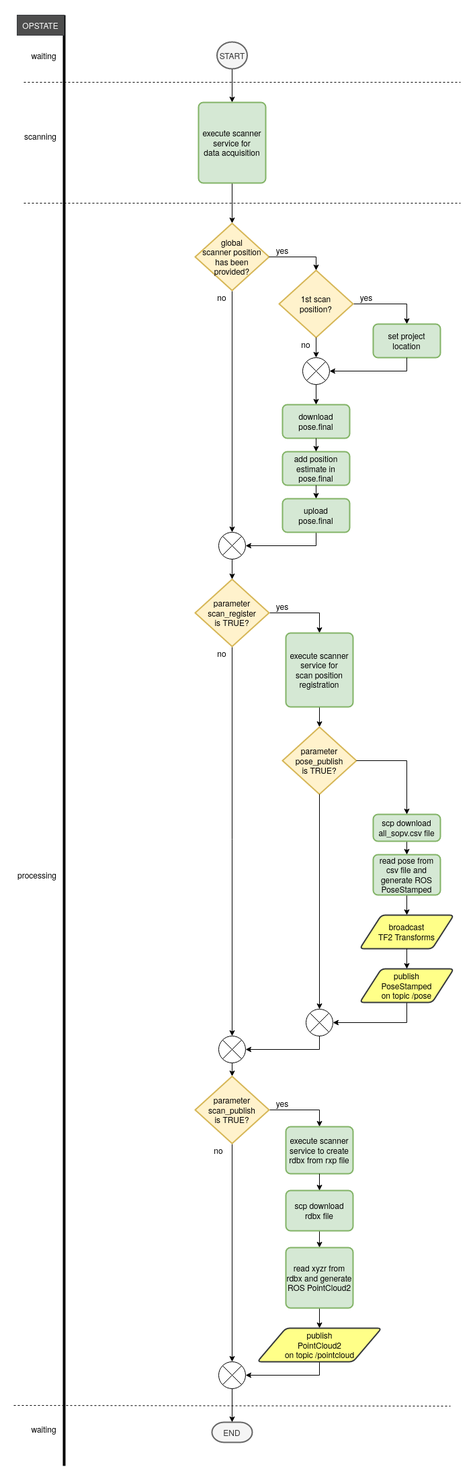
Above: riegl_vz/img/scan.png in riegllms/ros-riegl-vz (draw.io), before the change. Source tidied: cells renumbered, new cells last; positions are measured from the earlier drawing's top-left corner, leaving out a move shared by most shapes.
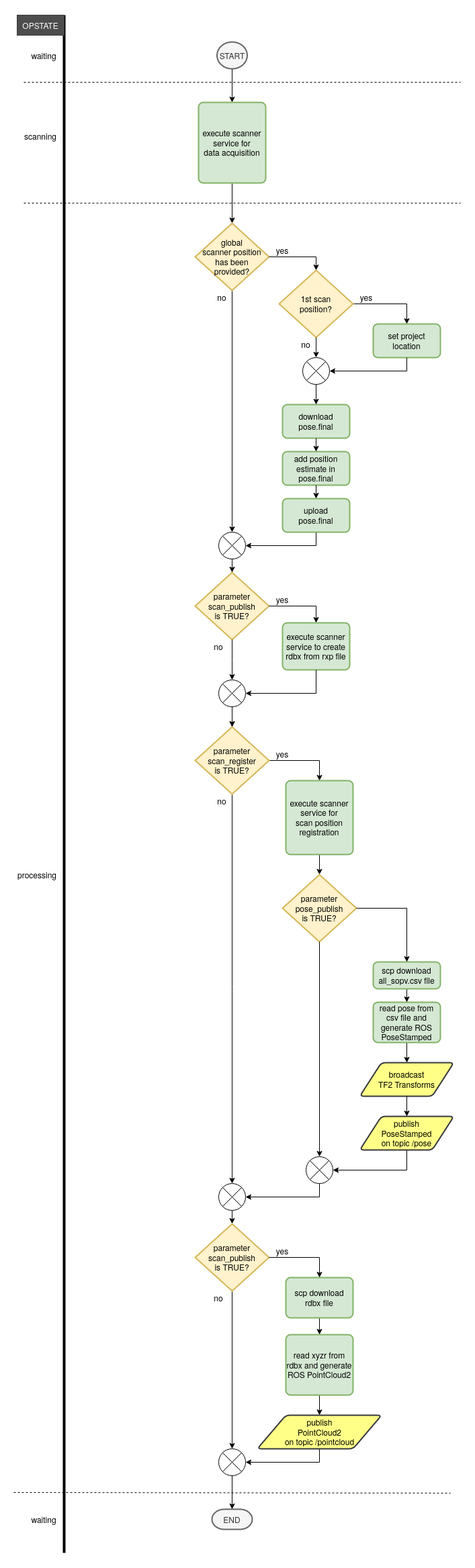
Later version of the same file.

Change to the diagram source:
```diff
@@ -13,7 +13,7 @@
     </mxCell>
     <mxCell id="5" style="endArrow=none;html=1;strokeWidth=4;entryX=1;entryY=0;entryDx=0;entryDy=0;" parent="1" edge="1" target="28">
       <mxGeometry relative="1" as="geometry">
-        <mxPoint x="75" y="2160" as="sourcePoint" />
+        <mxPoint x="75" y="2290" as="sourcePoint" />
       </mxGeometry>
     </mxCell>
     <mxCell id="6" value="waiting" style="text;html=1;strokeColor=none;fillColor=none;align=center;verticalAlign=middle;whiteSpace=wrap;rounded=0;" parent="1" vertex="1">
@@ -38,19 +38,19 @@
       <mxGeometry relative="1" as="geometry" />
     </mxCell>
     <mxCell id="12" value="&lt;div&gt;parameter&lt;/div&gt;&lt;div&gt;scan_register&lt;/div&gt;&lt;div&gt;is TRUE?&lt;br&gt;&lt;/div&gt;" style="strokeWidth=2;html=1;shape=mxgraph.flowchart.decision;whiteSpace=wrap;fillColor=#fff2cc;strokeColor=#d6b656;" parent="1" vertex="1">
-      <mxGeometry x="270" y="840" width="110" height="100" as="geometry" />
+      <mxGeometry x="270" y="1060" width="110" height="100" as="geometry" />
     </mxCell>
     <mxCell id="13" style="edgeStyle=orthogonalEdgeStyle;rounded=0;jettySize=auto;html=1;exitX=0.5;exitY=1;exitDx=0;exitDy=0;entryX=0.5;entryY=0;entryDx=0;entryDy=0;entryPerimeter=0;fontStyle=1;" parent="1" edge="1" source="14" target="70">
       <mxGeometry relative="1" as="geometry" />
     </mxCell>
     <mxCell id="14" value="&lt;div&gt;&lt;br&gt;&lt;/div&gt;&lt;div&gt;execute scanner service for &lt;br&gt;&lt;/div&gt;&lt;div&gt;scan position registration&lt;/div&gt;&lt;div&gt;&lt;br&gt;&lt;/div&gt;" style="rounded=1;whiteSpace=wrap;html=1;absoluteArcSize=1;arcSize=14;strokeWidth=2;fillColor=#d5e8d4;strokeColor=#82b366;" parent="1" vertex="1">
-      <mxGeometry x="405" y="920" width="100" height="110" as="geometry" />
+      <mxGeometry x="405" y="1140" width="100" height="110" as="geometry" />
     </mxCell>
     <mxCell id="15" style="edgeStyle=orthogonalEdgeStyle;rounded=0;jettySize=auto;html=1;exitX=0.5;exitY=1;exitDx=0;exitDy=0;entryX=0.5;entryY=0;entryDx=0;entryDy=0;" parent="1" edge="1" source="16" target="27">
       <mxGeometry relative="1" as="geometry" />
     </mxCell>
     <mxCell id="16" value="&lt;div&gt;read pose from &lt;br&gt;&lt;/div&gt;&lt;div&gt;csv file and generate ROS PoseStamped&lt;br&gt;&lt;/div&gt;" style="rounded=1;whiteSpace=wrap;html=1;absoluteArcSize=1;arcSize=14;strokeWidth=2;fillColor=#d5e8d4;strokeColor=#82b366;" parent="1" vertex="1">
-      <mxGeometry x="535" y="1250" width="100" height="60" as="geometry" />
+      <mxGeometry x="535" y="1470" width="100" height="60" as="geometry" />
     </mxCell>
     <mxCell id="17" style="edgeStyle=orthogonalEdgeStyle;rounded=0;jettySize=auto;html=1;exitX=0.5;exitY=1;exitDx=0;exitDy=0;entryX=1;entryY=0.5;entryDx=0;entryDy=0;entryPerimeter=0;startArrow=none;" parent="1" edge="1" source="53" target="73">
       <mxGeometry relative="1" as="geometry" />
@@ -59,25 +59,25 @@
       <mxGeometry relative="1" as="geometry" />
     </mxCell>
     <mxCell id="19" value="&lt;div&gt;scp download &lt;br&gt;&lt;/div&gt;&lt;div&gt;all_sopv.csv file&lt;br&gt;&lt;/div&gt;" style="rounded=1;whiteSpace=wrap;html=1;absoluteArcSize=1;arcSize=14;strokeWidth=2;fillColor=#d5e8d4;strokeColor=#82b366;" parent="1" vertex="1">
-      <mxGeometry x="535" y="1190" width="100" height="40" as="geometry" />
+      <mxGeometry x="535" y="1410" width="100" height="40" as="geometry" />
     </mxCell>
     <mxCell id="20" value="waiting" style="text;html=1;strokeColor=none;fillColor=none;align=center;verticalAlign=middle;whiteSpace=wrap;rounded=0;" parent="1" vertex="1">
-      <mxGeometry x="25" y="2095" width="40" height="20" as="geometry" />
+      <mxGeometry x="25" y="2230" width="40" height="20" as="geometry" />
     </mxCell>
     <mxCell id="21" style="edgeStyle=orthogonalEdgeStyle;rounded=0;jettySize=auto;html=1;exitX=0.5;exitY=1;exitDx=0;exitDy=0;exitPerimeter=0;entryX=0.5;entryY=0;entryDx=0;entryDy=0;entryPerimeter=0;" parent="1" edge="1" source="22" target="59">
       <mxGeometry relative="1" as="geometry" />
     </mxCell>
     <mxCell id="22" style="verticalLabelPosition=bottom;verticalAlign=top;html=1;shape=mxgraph.flowchart.or;" parent="1" vertex="1">
-      <mxGeometry x="305" y="1520" width="40" height="40" as="geometry" />
+      <mxGeometry x="305" y="1740" width="40" height="40" as="geometry" />
     </mxCell>
     <mxCell id="23" style="endArrow=none;dashed=1;html=1;" parent="1" edge="1">
       <mxGeometry relative="1" as="geometry">
-        <mxPoint y="2070" as="sourcePoint" />
-        <mxPoint x="650" y="2071" as="targetPoint" />
+        <mxPoint y="2200" as="sourcePoint" />
+        <mxPoint x="650" y="2201" as="targetPoint" />
       </mxGeometry>
     </mxCell>
     <mxCell id="24" value="END" style="strokeWidth=2;html=1;shape=mxgraph.flowchart.terminator;whiteSpace=wrap;fillColor=#f5f5f5;strokeColor=#666666;fontColor=#333333;" parent="1" vertex="1">
-      <mxGeometry x="295" y="2095" width="60" height="30" as="geometry" />
+      <mxGeometry x="295" y="2225" width="60" height="30" as="geometry" />
     </mxCell>
     <mxCell id="25" value="START" style="strokeWidth=2;html=1;shape=mxgraph.flowchart.start_2;whiteSpace=wrap;fillColor=#f5f5f5;strokeColor=#666666;fontColor=#333333;" parent="1" vertex="1">
       <mxGeometry x="302.5" y="40" width="45" height="40" as="geometry" />
@@ -89,7 +89,7 @@
       </mxGeometry>
     </mxCell>
     <mxCell id="27" value="&lt;div&gt;broadcast&lt;/div&gt;&lt;div&gt;TF2 Transforms&lt;br&gt;&lt;/div&gt;" style="shape=parallelogram;html=1;strokeWidth=2;perimeter=parallelogramPerimeter;whiteSpace=wrap;rounded=1;arcSize=12;size=0.23;fillColor=#ffff88;strokeColor=#36393d;" parent="1" vertex="1">
-      <mxGeometry x="515" y="1340" width="140" height="50" as="geometry" />
+      <mxGeometry x="515" y="1560" width="140" height="50" as="geometry" />
     </mxCell>
     <mxCell id="28" value="OPSTATE" style="rounded=0;whiteSpace=wrap;html=1;strokeColor=#36393d;fillColor=#4D4D4D;fontColor=#FFFFFF;" parent="1" vertex="1">
       <mxGeometry x="5" width="70" height="30" as="geometry" />
@@ -116,7 +116,7 @@
     <mxCell id="34" style="verticalLabelPosition=bottom;verticalAlign=top;html=1;shape=mxgraph.flowchart.or;" parent="1" vertex="1">
       <mxGeometry x="305" y="770" width="40" height="40" as="geometry" />
     </mxCell>
-    <mxCell id="35" style="edgeStyle=orthogonalEdgeStyle;rounded=0;jettySize=auto;html=1;exitX=0.5;exitY=1;exitDx=0;exitDy=0;exitPerimeter=0;entryX=0.5;entryY=0;entryDx=0;entryDy=0;entryPerimeter=0;" parent="1" edge="1" source="34" target="12">
+    <mxCell id="35" style="edgeStyle=orthogonalEdgeStyle;rounded=0;jettySize=auto;html=1;exitX=0.5;exitY=1;exitDx=0;exitDy=0;exitPerimeter=0;entryX=0.5;entryY=0;entryDx=0;entryDy=0;entryPerimeter=0;startArrow=none;" parent="1" edge="1" source="80" target="12">
       <mxGeometry relative="1" as="geometry" />
     </mxCell>
     <mxCell id="36" value="&lt;div&gt;download&lt;/div&gt;&lt;div&gt;pose.final&lt;br&gt;&lt;/div&gt;" style="rounded=1;whiteSpace=wrap;html=1;absoluteArcSize=1;arcSize=14;strokeWidth=2;fillColor=#d5e8d4;strokeColor=#82b366;" parent="1" vertex="1">
@@ -161,7 +161,7 @@
       <mxGeometry relative="1" as="geometry" />
     </mxCell>
     <mxCell id="47" value="yes" style="text;html=1;strokeColor=none;fillColor=none;align=center;verticalAlign=middle;whiteSpace=wrap;rounded=0;" parent="1" vertex="1">
-      <mxGeometry x="380" y="870" width="40" height="20" as="geometry" />
+      <mxGeometry x="380" y="1090" width="40" height="20" as="geometry" />
     </mxCell>
     <mxCell id="48" value="yes" style="text;html=1;strokeColor=none;fillColor=none;align=center;verticalAlign=middle;whiteSpace=wrap;rounded=0;" parent="1" vertex="1">
       <mxGeometry x="505" y="410" width="40" height="20" as="geometry" />
@@ -176,10 +176,10 @@
       <mxGeometry x="415" y="480" width="40" height="20" as="geometry" />
     </mxCell>
     <mxCell id="52" value="no" style="text;html=1;strokeColor=none;fillColor=none;align=center;verticalAlign=middle;whiteSpace=wrap;rounded=0;" parent="1" vertex="1">
-      <mxGeometry x="290" y="940" width="40" height="20" as="geometry" />
+      <mxGeometry x="290" y="1160" width="40" height="20" as="geometry" />
     </mxCell>
     <mxCell id="53" value="&lt;div&gt;publish&lt;/div&gt;&lt;div&gt;PoseStamped &lt;br&gt;&lt;/div&gt;&lt;div&gt;on topic /pose&lt;br&gt;&lt;/div&gt;" style="shape=parallelogram;html=1;strokeWidth=2;perimeter=parallelogramPerimeter;whiteSpace=wrap;rounded=1;arcSize=12;size=0.23;fillColor=#ffff88;strokeColor=#36393d;" parent="1" vertex="1">
-      <mxGeometry x="515" y="1420" width="140" height="50" as="geometry" />
+      <mxGeometry x="515" y="1640" width="140" height="50" as="geometry" />
     </mxCell>
     <mxCell id="54" style="edgeStyle=orthogonalEdgeStyle;rounded=0;jettySize=auto;html=1;exitX=0.5;exitY=1;exitDx=0;exitDy=0;entryX=0.5;entryY=0;entryDx=0;entryDy=0;" parent="1" edge="1" source="27" target="53">
       <mxGeometry relative="1" as="geometry" />
@@ -188,54 +188,48 @@
       <mxGeometry relative="1" as="geometry" />
     </mxCell>
     <mxCell id="56" value="&lt;div&gt;scp download &lt;br&gt;&lt;/div&gt;&lt;div&gt;rdbx file&lt;br&gt;&lt;/div&gt;" style="rounded=1;whiteSpace=wrap;html=1;absoluteArcSize=1;arcSize=14;strokeWidth=2;fillColor=#d5e8d4;strokeColor=#82b366;" parent="1" vertex="1">
-      <mxGeometry x="405" y="1750" width="100" height="60" as="geometry" />
+      <mxGeometry x="405" y="1880" width="100" height="60" as="geometry" />
     </mxCell>
-    <mxCell id="57" style="edgeStyle=orthogonalEdgeStyle;rounded=0;jettySize=auto;html=1;exitX=1;exitY=0.5;exitDx=0;exitDy=0;exitPerimeter=0;entryX=0.5;entryY=0;entryDx=0;entryDy=0;" parent="1" edge="1" source="59" target="68">
-      <mxGeometry relative="1" as="geometry" />
-    </mxCell>
     <mxCell id="58" style="edgeStyle=orthogonalEdgeStyle;rounded=0;jettySize=auto;html=1;exitX=0.5;exitY=1;exitDx=0;exitDy=0;exitPerimeter=0;" parent="1" edge="1" source="59" target="63">
       <mxGeometry relative="1" as="geometry" />
     </mxCell>
     <mxCell id="59" value="&lt;div&gt;parameter&lt;/div&gt;&lt;div&gt;scan_publish&lt;/div&gt;&lt;div&gt;is TRUE?&lt;br&gt;&lt;/div&gt;" style="strokeWidth=2;html=1;shape=mxgraph.flowchart.decision;whiteSpace=wrap;fillColor=#fff2cc;strokeColor=#d6b656;" parent="1" vertex="1">
-      <mxGeometry x="270" y="1580" width="110" height="100" as="geometry" />
+      <mxGeometry x="270" y="1800" width="110" height="100" as="geometry" />
     </mxCell>
     <mxCell id="60" style="edgeStyle=orthogonalEdgeStyle;rounded=0;jettySize=auto;html=1;exitX=0.5;exitY=1;exitDx=0;exitDy=0;entryX=0.5;entryY=0;entryDx=0;entryDy=0;" parent="1" edge="1" source="61" target="64">
       <mxGeometry relative="1" as="geometry" />
     </mxCell>
     <mxCell id="61" value="&lt;div&gt;read xyzr from rdbx and generate&lt;br&gt;&lt;/div&gt;&lt;div&gt;ROS PointCloud2&lt;br&gt;&lt;/div&gt;" style="rounded=1;whiteSpace=wrap;html=1;absoluteArcSize=1;arcSize=14;strokeWidth=2;fillColor=#d5e8d4;strokeColor=#82b366;" parent="1" vertex="1">
-      <mxGeometry x="405" y="1835" width="100" height="90" as="geometry" />
+      <mxGeometry x="405" y="1965" width="100" height="90" as="geometry" />
     </mxCell>
     <mxCell id="62" style="edgeStyle=orthogonalEdgeStyle;rounded=0;jettySize=auto;html=1;exitX=0.5;exitY=1;exitDx=0;exitDy=0;entryX=1;entryY=0.5;entryDx=0;entryDy=0;entryPerimeter=0;" parent="1" edge="1" source="64" target="63">
       <mxGeometry relative="1" as="geometry">
         <Array as="points">
-          <mxPoint x="455" y="1995" />
-          <mxPoint x="455" y="2025" />
+          <mxPoint x="455" y="2125" />
+          <mxPoint x="455" y="2155" />
         </Array>
       </mxGeometry>
     </mxCell>
     <mxCell id="63" style="verticalLabelPosition=bottom;verticalAlign=top;html=1;shape=mxgraph.flowchart.or;" parent="1" vertex="1">
-      <mxGeometry x="305" y="2005" width="40" height="40" as="geometry" />
+      <mxGeometry x="305" y="2135" width="40" height="40" as="geometry" />
     </mxCell>
     <mxCell id="64" value="&lt;div&gt;publish&lt;/div&gt;&lt;div&gt;PointCloud2&lt;/div&gt;&lt;div&gt;on topic /pointcloud&lt;br&gt;&lt;/div&gt;" style="shape=parallelogram;html=1;strokeWidth=2;perimeter=parallelogramPerimeter;whiteSpace=wrap;rounded=1;arcSize=12;size=0.23;fillColor=#ffff88;strokeColor=#36393d;" parent="1" vertex="1">
-      <mxGeometry x="362.5" y="1955" width="185" height="50" as="geometry" />
+      <mxGeometry x="362.5" y="2085" width="185" height="50" as="geometry" />
     </mxCell>
     <mxCell id="65" value="yes" style="text;html=1;strokeColor=none;fillColor=none;align=center;verticalAlign=middle;whiteSpace=wrap;rounded=0;" parent="1" vertex="1">
-      <mxGeometry x="380" y="1610" width="40" height="20" as="geometry" />
+      <mxGeometry x="380" y="1830" width="40" height="20" as="geometry" />
     </mxCell>
     <mxCell id="66" value="no" style="text;html=1;strokeColor=none;fillColor=none;align=center;verticalAlign=middle;whiteSpace=wrap;rounded=0;" parent="1" vertex="1">
-      <mxGeometry x="285" y="1680" width="40" height="20" as="geometry" />
+      <mxGeometry x="285" y="1900" width="40" height="20" as="geometry" />
     </mxCell>
     <mxCell id="67" style="endArrow=classic;html=1;rounded=0;exitX=0.5;exitY=1;exitDx=0;exitDy=0;exitPerimeter=0;entryX=0.5;entryY=0;entryDx=0;entryDy=0;entryPerimeter=0;" parent="1" edge="1" source="63" target="24">
       <mxGeometry relative="1" as="geometry" />
     </mxCell>
-    <mxCell id="68" value="&lt;div&gt;execute scanner service to create rdbx from rxp file&lt;/div&gt;" style="rounded=1;whiteSpace=wrap;html=1;absoluteArcSize=1;arcSize=14;strokeWidth=2;fillColor=#d5e8d4;strokeColor=#82b366;" parent="1" vertex="1">
-      <mxGeometry x="405" y="1655" width="100" height="70" as="geometry" />
-    </mxCell>
-    <mxCell id="69" style="edgeStyle=orthogonalEdgeStyle;rounded=0;jettySize=auto;html=1;exitX=0.5;exitY=1;exitDx=0;exitDy=0;entryX=0.5;entryY=0;entryDx=0;entryDy=0;" parent="1" edge="1" source="68" target="56">
+    <mxCell id="69" style="edgeStyle=orthogonalEdgeStyle;rounded=0;jettySize=auto;html=1;exitX=1;exitY=0.5;exitDx=0;exitDy=0;entryX=0.5;entryY=0;entryDx=0;entryDy=0;exitPerimeter=0;" parent="1" edge="1" source="59" target="56">
       <mxGeometry relative="1" as="geometry" />
     </mxCell>
     <mxCell id="70" value="&lt;div&gt;parameter&lt;/div&gt;&lt;div&gt;pose_publish&lt;/div&gt;&lt;div&gt;is TRUE?&lt;br&gt;&lt;/div&gt;" style="strokeWidth=2;html=1;shape=mxgraph.flowchart.decision;whiteSpace=wrap;fillColor=#fff2cc;strokeColor=#d6b656;" parent="1" vertex="1">
-      <mxGeometry x="400" y="1060" width="110" height="100" as="geometry" />
+      <mxGeometry x="400" y="1280" width="110" height="100" as="geometry" />
     </mxCell>
     <mxCell id="71" style="edgeStyle=orthogonalEdgeStyle;rounded=0;jettySize=auto;html=1;exitX=1;exitY=0.5;exitDx=0;exitDy=0;entryX=0.5;entryY=0;entryDx=0;entryDy=0;exitPerimeter=0;" parent="1" edge="1" source="70" target="19">
       <mxGeometry relative="1" as="geometry" />
@@ -244,14 +238,55 @@
       <mxGeometry relative="1" as="geometry" />
     </mxCell>
     <mxCell id="73" style="verticalLabelPosition=bottom;verticalAlign=top;html=1;shape=mxgraph.flowchart.or;" parent="1" vertex="1">
-      <mxGeometry x="435" y="1480" width="40" height="40" as="geometry" />
+      <mxGeometry x="435" y="1700" width="40" height="40" as="geometry" />
     </mxCell>
     <mxCell id="74" style="edgeStyle=orthogonalEdgeStyle;rounded=0;jettySize=auto;html=1;entryX=1;entryY=0.5;entryDx=0;entryDy=0;entryPerimeter=0;startArrow=none;exitX=0.5;exitY=1;exitDx=0;exitDy=0;exitPerimeter=0;" parent="1" edge="1" source="73" target="22">
       <mxGeometry relative="1" as="geometry">
         <Array as="points">
-          <mxPoint x="455" y="1540" />
+          <mxPoint x="455" y="1760" />
         </Array>
       </mxGeometry>
     </mxCell>
+    <mxCell id="68" value="&lt;div&gt;execute scanner service to create rdbx from rxp file&lt;/div&gt;" style="rounded=1;whiteSpace=wrap;html=1;absoluteArcSize=1;arcSize=14;strokeWidth=2;fillColor=#d5e8d4;strokeColor=#82b366;" parent="1" vertex="1">
+      <mxGeometry x="400" y="905" width="100" height="70" as="geometry" />
+    </mxCell>
+    <mxCell id="75" value="&lt;div&gt;parameter&lt;/div&gt;&lt;div&gt;scan_publish&lt;/div&gt;&lt;div&gt;is TRUE?&lt;br&gt;&lt;/div&gt;" style="strokeWidth=2;html=1;shape=mxgraph.flowchart.decision;whiteSpace=wrap;fillColor=#fff2cc;strokeColor=#d6b656;" parent="1" vertex="1">
+      <mxGeometry x="270" y="830" width="110" height="100" as="geometry" />
+    </mxCell>
+    <mxCell id="76" value="yes" style="text;html=1;strokeColor=none;fillColor=none;align=center;verticalAlign=middle;whiteSpace=wrap;rounded=0;" parent="1" vertex="1">
+      <mxGeometry x="380" y="860" width="40" height="20" as="geometry" />
+    </mxCell>
+    <mxCell id="77" value="no" style="text;html=1;strokeColor=none;fillColor=none;align=center;verticalAlign=middle;whiteSpace=wrap;rounded=0;" parent="1" vertex="1">
+      <mxGeometry x="285" y="930" width="40" height="20" as="geometry" />
+    </mxCell>
+    <mxCell id="78" style="edgeStyle=orthogonalEdgeStyle;rounded=0;jettySize=auto;html=1;exitX=0;exitY=1;exitDx=0;exitDy=0;entryX=0.5;entryY=0;entryDx=0;entryDy=0;" parent="1" edge="1" source="76" target="68">
+      <mxGeometry relative="1" as="geometry">
+        <Array as="points">
+          <mxPoint x="450" y="880" />
+        </Array>
+      </mxGeometry>
+    </mxCell>
+    <mxCell id="79" style="edgeStyle=orthogonalEdgeStyle;rounded=0;jettySize=auto;html=1;exitX=0.5;exitY=1;exitDx=0;exitDy=0;exitPerimeter=0;" parent="1" edge="1" source="80" target="12">
+      <mxGeometry relative="1" as="geometry" />
+    </mxCell>
+    <mxCell id="80" style="verticalLabelPosition=bottom;verticalAlign=top;html=1;shape=mxgraph.flowchart.or;" parent="1" vertex="1">
+      <mxGeometry x="305" y="990" width="40" height="40" as="geometry" />
+    </mxCell>
+    <mxCell id="81" style="edgeStyle=orthogonalEdgeStyle;rounded=0;jettySize=auto;html=1;exitX=1;exitY=0;exitDx=0;exitDy=0;" parent="1" edge="1" source="77" target="80">
+      <mxGeometry relative="1" as="geometry">
+        <Array as="points">
+          <mxPoint x="325" y="960" />
+          <mxPoint x="325" y="960" />
+        </Array>
+      </mxGeometry>
+    </mxCell>
+    <mxCell id="82" style="edgeStyle=orthogonalEdgeStyle;rounded=0;jettySize=auto;html=1;exitX=0.5;exitY=1;exitDx=0;exitDy=0;entryX=1;entryY=0.5;entryDx=0;entryDy=0;entryPerimeter=0;" parent="1" edge="1" source="68" target="80">
+      <mxGeometry relative="1" as="geometry" />
+    </mxCell>
+    <mxCell id="83" style="edgeStyle=orthogonalEdgeStyle;rounded=0;jettySize=auto;html=1;exitX=0.5;exitY=1;exitDx=0;exitDy=0;exitPerimeter=0;" parent="1" edge="1" source="34">
+      <mxGeometry relative="1" as="geometry">
+        <mxPoint x="325" y="830" as="targetPoint" />
+      </mxGeometry>
+    </mxCell>
   </root>
 </mxGraphModel>
```
